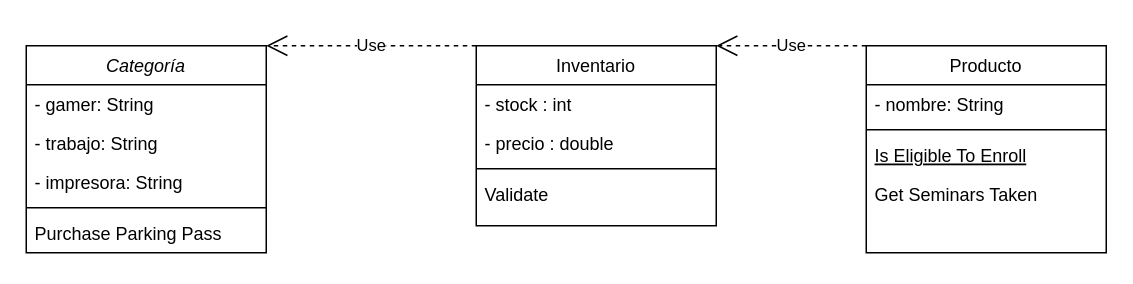
Before: Diagrama sin título.drawio in D-Lopz/Ejercicio_clase_9, a draw.io diagram. Source tidied: cells renumbered, new cells numbered last; positions are measured from the earlier drawing's top-left corner, leaving out a move shared by most shapes. Both pictures are drawn from the tidied source at 150%, with x=0, y=0 at pixel (26, 45).
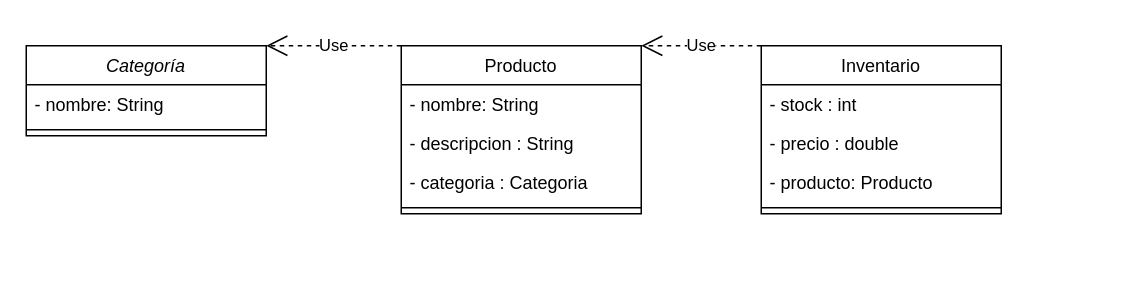
The same page after the edit.

Change to the diagram source:
```diff
@@
 <mxGraphModel>
   <root>
     <mxCell id="0" />
     <mxCell id="1" parent="0" />
     <mxCell id="2" value="Categoría" style="swimlane;fontStyle=2;align=center;verticalAlign=top;horizontal=1;startSize=26;rounded=0;shadow=0;strokeWidth=1;" parent="1" vertex="1">
-      <mxGeometry width="160" height="138" as="geometry" />
+      <mxGeometry width="160" height="60" as="geometry" />
     </mxCell>
-    <mxCell id="3" value="- gamer: String" style="text;strokeColor=none;fillColor=none;align=left;verticalAlign=top;spacingLeft=4;spacingRight=4;overflow=hidden;whiteSpace=wrap;html=1;" parent="2" vertex="1">
+    <mxCell id="3" value="- nombre: String" style="text;strokeColor=none;fillColor=none;align=left;verticalAlign=top;spacingLeft=4;spacingRight=4;overflow=hidden;whiteSpace=wrap;html=1;" parent="2" vertex="1">
       <mxGeometry y="26" width="160" height="26" as="geometry" />
     </mxCell>
-    <mxCell id="4" value="- trabajo: String" style="text;strokeColor=none;fillColor=none;align=left;verticalAlign=top;spacingLeft=4;spacingRight=4;overflow=hidden;whiteSpace=wrap;html=1;" parent="2" vertex="1">
-      <mxGeometry y="52" width="160" height="26" as="geometry" />
-    </mxCell>
-    <mxCell id="5" value="- impresora: String" style="text;strokeColor=none;fillColor=none;align=left;verticalAlign=top;spacingLeft=4;spacingRight=4;overflow=hidden;whiteSpace=wrap;html=1;" parent="2" vertex="1">
-      <mxGeometry y="78" width="160" height="26" as="geometry" />
-    </mxCell>
     <mxCell id="6" style="line;html=1;strokeWidth=1;align=left;verticalAlign=middle;spacingTop=-1;spacingLeft=3;spacingRight=3;labelPosition=right;" parent="2" vertex="1">
-      <mxGeometry y="104" width="160" height="8" as="geometry" />
+      <mxGeometry y="52" width="160" height="8" as="geometry" />
     </mxCell>
-    <mxCell id="7" value="Purchase Parking Pass" style="text;align=left;verticalAlign=top;spacingLeft=4;spacingRight=4;overflow=hidden;" parent="2" vertex="1">
-      <mxGeometry y="112" width="160" height="26" as="geometry" />
-    </mxCell>
     <mxCell id="8" value="Producto" style="swimlane;fontStyle=0;align=center;verticalAlign=top;horizontal=1;startSize=26;rounded=0;shadow=0;strokeWidth=1;" parent="1" vertex="1">
-      <mxGeometry x="560" width="160" height="138" as="geometry" />
+      <mxGeometry x="250" width="160" height="112" as="geometry" />
     </mxCell>
     <mxCell id="9" value="- nombre: String" style="text;strokeColor=none;fillColor=none;align=left;verticalAlign=top;spacingLeft=4;spacingRight=4;overflow=hidden;whiteSpace=wrap;html=1;" parent="8" vertex="1">
       <mxGeometry y="26" width="160" height="26" as="geometry" />
     </mxCell>
+    <mxCell id="20" value="- descripcion : String" style="text;strokeColor=none;fillColor=none;align=left;verticalAlign=top;spacingLeft=4;spacingRight=4;overflow=hidden;whiteSpace=wrap;html=1;" parent="8" vertex="1">
+      <mxGeometry y="52" width="160" height="26" as="geometry" />
+    </mxCell>
+    <mxCell id="21" value="- categoria : Categoria" style="text;strokeColor=none;fillColor=none;align=left;verticalAlign=top;spacingLeft=4;spacingRight=4;overflow=hidden;whiteSpace=wrap;html=1;" parent="8" vertex="1">
+      <mxGeometry y="78" width="160" height="26" as="geometry" />
+    </mxCell>
     <mxCell id="10" style="line;html=1;strokeWidth=1;align=left;verticalAlign=middle;spacingTop=-1;spacingLeft=3;spacingRight=3;labelPosition=right;" parent="8" vertex="1">
-      <mxGeometry y="52" width="160" height="8" as="geometry" />
+      <mxGeometry y="104" width="160" height="8" as="geometry" />
     </mxCell>
-    <mxCell id="11" value="Is Eligible To Enroll" style="text;align=left;verticalAlign=top;spacingLeft=4;spacingRight=4;overflow=hidden;fontStyle=4;" parent="8" vertex="1">
-      <mxGeometry y="60" width="160" height="26" as="geometry" />
-    </mxCell>
-    <mxCell id="12" value="Get Seminars Taken" style="text;align=left;verticalAlign=top;spacingLeft=4;spacingRight=4;overflow=hidden;" parent="8" vertex="1">
-      <mxGeometry y="86" width="160" height="26" as="geometry" />
-    </mxCell>
     <mxCell id="13" value="Inventario" style="swimlane;fontStyle=0;align=center;verticalAlign=top;horizontal=1;startSize=26;rounded=0;shadow=0;strokeWidth=1;" parent="1" vertex="1">
-      <mxGeometry x="300" width="160" height="120" as="geometry" />
+      <mxGeometry x="490" width="160" height="112" as="geometry" />
     </mxCell>
     <mxCell id="14" value="- stock&amp;nbsp;&lt;span style=&quot;background-color: transparent; color: light-dark(rgb(0, 0, 0), rgb(255, 255, 255));&quot;&gt;: int&lt;br&gt;&lt;/span&gt;" style="text;strokeColor=none;fillColor=none;align=left;verticalAlign=top;spacingLeft=4;spacingRight=4;overflow=hidden;whiteSpace=wrap;html=1;" parent="13" vertex="1">
       <mxGeometry y="26" width="160" height="26" as="geometry" />
     </mxCell>
     <mxCell id="15" value="- precio&amp;nbsp;&lt;span style=&quot;background-color: transparent; color: light-dark(rgb(0, 0, 0), rgb(255, 255, 255));&quot;&gt;: double&lt;br&gt;&lt;/span&gt;" style="text;strokeColor=none;fillColor=none;align=left;verticalAlign=top;spacingLeft=4;spacingRight=4;overflow=hidden;whiteSpace=wrap;html=1;" parent="13" vertex="1">
       <mxGeometry y="52" width="160" height="26" as="geometry" />
     </mxCell>
+    <mxCell id="22" value="- producto&lt;span style=&quot;background-color: transparent; color: light-dark(rgb(0, 0, 0), rgb(255, 255, 255));&quot;&gt;: Producto&lt;br&gt;&lt;/span&gt;" style="text;strokeColor=none;fillColor=none;align=left;verticalAlign=top;spacingLeft=4;spacingRight=4;overflow=hidden;whiteSpace=wrap;html=1;" parent="13" vertex="1">
+      <mxGeometry y="78" width="160" height="26" as="geometry" />
+    </mxCell>
     <mxCell id="16" style="line;html=1;strokeWidth=1;align=left;verticalAlign=middle;spacingTop=-1;spacingLeft=3;spacingRight=3;labelPosition=right;" parent="13" vertex="1">
-      <mxGeometry y="78" width="160" height="8" as="geometry" />
+      <mxGeometry y="104" width="160" height="8" as="geometry" />
     </mxCell>
-    <mxCell id="17" value="Validate" style="text;align=left;verticalAlign=top;spacingLeft=4;spacingRight=4;overflow=hidden;" parent="13" vertex="1">
-      <mxGeometry y="86" width="160" height="26" as="geometry" />
-    </mxCell>
-    <mxCell id="18" value="Use" style="endArrow=open;endSize=12;dashed=1;html=1;rounded=0;entryX=1;entryY=0;entryDx=0;entryDy=0;exitX=0;exitY=0;exitDx=0;exitDy=0;" parent="1" edge="1" source="13" target="2">
+    <mxCell id="18" value="Use" style="endArrow=open;endSize=12;dashed=1;html=1;rounded=0;entryX=1;entryY=0;entryDx=0;entryDy=0;exitX=0;exitY=0;exitDx=0;exitDy=0;" parent="1" edge="1" source="13" target="8">
       <mxGeometry relative="1" as="geometry" />
     </mxCell>
-    <mxCell id="19" value="Use" style="endArrow=open;endSize=12;dashed=1;html=1;rounded=0;entryX=1;entryY=0;entryDx=0;entryDy=0;exitX=0;exitY=0;exitDx=0;exitDy=0;" parent="1" edge="1" source="8" target="13">
+    <mxCell id="19" value="Use" style="endArrow=open;endSize=12;dashed=1;html=1;rounded=0;entryX=1;entryY=0;entryDx=0;entryDy=0;exitX=0;exitY=0;exitDx=0;exitDy=0;" parent="1" edge="1" source="8" target="2">
       <mxGeometry relative="1" as="geometry" />
     </mxCell>
   </root>
 </mxGraphModel>
```
